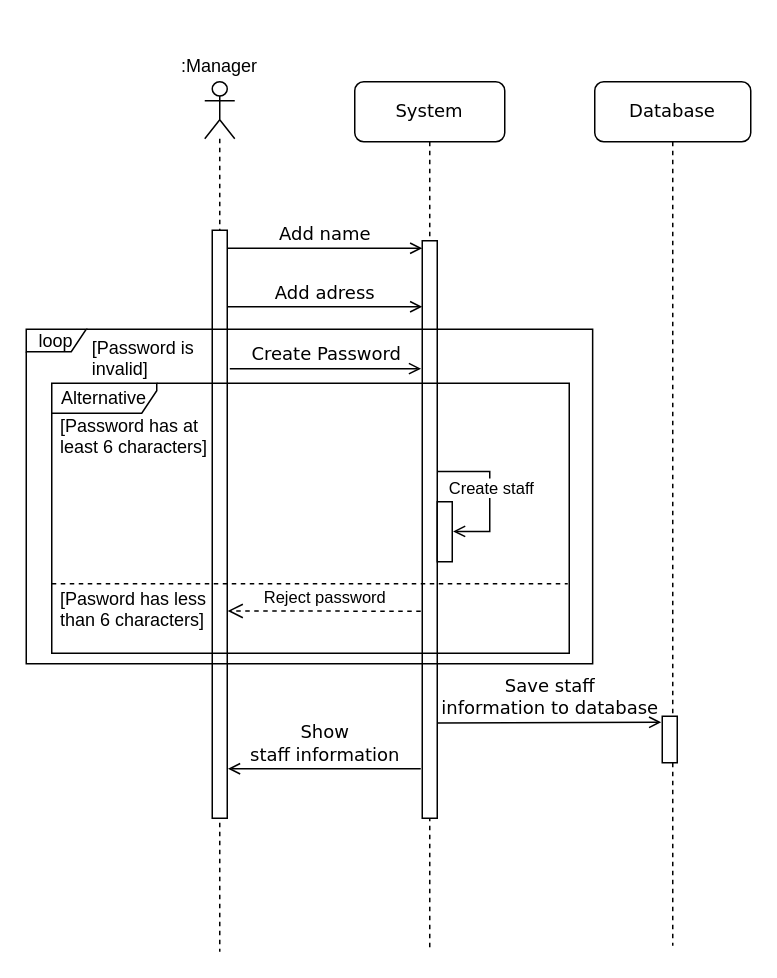
Before: page "Add staff" (3 of 5) of Diagrams/Sequence Diagram.drawio in Abcdavid00/Cafe-Management-Application, a draw.io diagram. Source tidied: cells renumbered, new cells numbered last; positions are measured from the earlier drawing's top-left corner, leaving out a move shared by most shapes. Both pictures are drawn from the tidied source at 150%, with x=0, y=0 at pixel (26, 44).
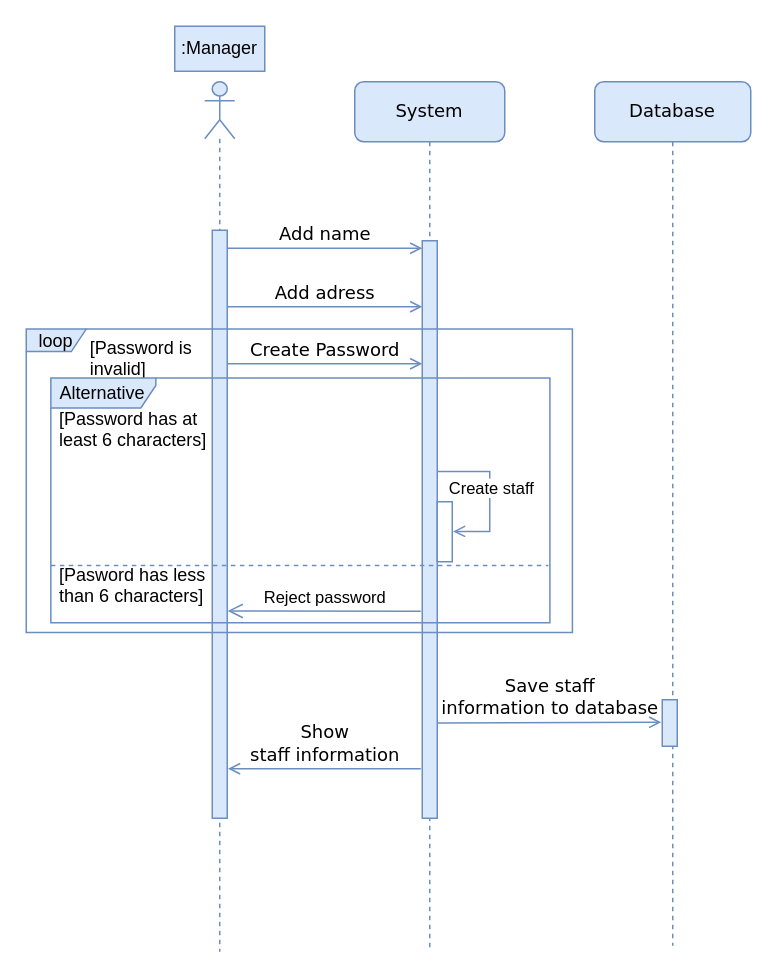
After the change.

Diff of the diagram source:
```diff
@@
-    <mxCell id="2" style="shape=umlLifeline;participant=umlActor;perimeter=lifelinePerimeter;whiteSpace=wrap;html=1;verticalAlign=top;spacingTop=36;size=38;" parent="1" vertex="1">
-      <mxGeometry x="119" y="25" width="20" height="580" as="geometry" />
-    </mxCell>
-    <mxCell id="3" style="html=1;perimeter=orthogonalPerimeter;rounded=0;shadow=0;comic=0;labelBackgroundColor=none;strokeWidth=1;fontFamily=Verdana;fontSize=12;align=center;" parent="1" vertex="1">
-      <mxGeometry x="124" y="124" width="10" height="392" as="geometry" />
-    </mxCell>
+    <mxCell id="27" style="shape=umlLifeline;participant=umlActor;perimeter=lifelinePerimeter;whiteSpace=wrap;html=1;verticalAlign=top;spacingTop=36;size=38;fillColor=#dae8fc;strokeColor=#6c8ebf;" parent="1" vertex="1">
+      <mxGeometry x="119" y="25" width="20" height="580" as="geometry" />
+    </mxCell>
+    <mxCell id="28" style="html=1;perimeter=orthogonalPerimeter;rounded=0;shadow=0;comic=0;labelBackgroundColor=none;strokeWidth=1;fontFamily=Verdana;fontSize=12;align=center;fillColor=#dae8fc;strokeColor=#6c8ebf;" parent="1" vertex="1">
+      <mxGeometry x="124" y="124" width="10" height="392" as="geometry" />
+    </mxCell>
-    <mxCell id="4" value="System" style="shape=umlLifeline;perimeter=lifelinePerimeter;whiteSpace=wrap;html=1;rounded=1;shadow=0;comic=0;labelBackgroundColor=none;strokeWidth=1;fontFamily=Verdana;fontSize=12;align=center;" parent="1" vertex="1">
+    <mxCell id="4" value="System" style="shape=umlLifeline;perimeter=lifelinePerimeter;whiteSpace=wrap;html=1;rounded=1;shadow=0;comic=0;labelBackgroundColor=none;strokeWidth=1;fontFamily=Verdana;fontSize=12;align=center;fillColor=#dae8fc;strokeColor=#6c8ebf;" parent="1" vertex="1">
       <mxGeometry x="219" y="25" width="100" height="580" as="geometry" />
     </mxCell>
-    <mxCell id="5" style="html=1;perimeter=orthogonalPerimeter;rounded=0;shadow=0;comic=0;labelBackgroundColor=none;strokeWidth=1;fontFamily=Verdana;fontSize=12;align=center;" parent="1" vertex="1">
-      <mxGeometry x="264" y="131" width="10" height="385" as="geometry" />
-    </mxCell>
+    <mxCell id="29" style="html=1;perimeter=orthogonalPerimeter;rounded=0;shadow=0;comic=0;labelBackgroundColor=none;strokeWidth=1;fontFamily=Verdana;fontSize=12;align=center;fillColor=#dae8fc;strokeColor=#6c8ebf;" parent="1" vertex="1">
+      <mxGeometry x="264" y="131" width="10" height="385" as="geometry" />
+    </mxCell>
-    <mxCell id="6" value="Database" style="shape=umlLifeline;perimeter=lifelinePerimeter;whiteSpace=wrap;html=1;rounded=1;shadow=0;comic=0;labelBackgroundColor=none;strokeWidth=1;fontFamily=Verdana;fontSize=12;align=center;" parent="1" vertex="1">
+    <mxCell id="6" value="Database" style="shape=umlLifeline;perimeter=lifelinePerimeter;whiteSpace=wrap;html=1;rounded=1;shadow=0;comic=0;labelBackgroundColor=none;strokeWidth=1;fontFamily=Verdana;fontSize=12;align=center;fillColor=#dae8fc;strokeColor=#6c8ebf;" parent="1" vertex="1">
       <mxGeometry x="379" y="25" width="104" height="576" as="geometry" />
     </mxCell>
-    <mxCell id="7" style="html=1;perimeter=orthogonalPerimeter;rounded=0;shadow=0;comic=0;labelBackgroundColor=none;strokeWidth=1;fontFamily=Verdana;fontSize=12;align=center;" parent="6" vertex="1">
-      <mxGeometry x="45" y="423" width="10" height="31" as="geometry" />
-    </mxCell>
+    <mxCell id="30" style="html=1;perimeter=orthogonalPerimeter;rounded=0;shadow=0;comic=0;labelBackgroundColor=none;strokeWidth=1;fontFamily=Verdana;fontSize=12;align=center;fillColor=#dae8fc;strokeColor=#6c8ebf;" parent="6" vertex="1">
+      <mxGeometry x="45" y="412" width="10" height="31" as="geometry" />
+    </mxCell>
-    <mxCell id="8" value="Save staff &lt;br&gt;information&amp;nbsp;to database" style="html=1;verticalAlign=bottom;endArrow=open;labelBackgroundColor=none;fontFamily=Verdana;fontSize=12;elbow=vertical;exitX=0.974;exitY=0.695;exitDx=0;exitDy=0;exitPerimeter=0;endFill=0;" parent="6" edge="1">
+    <mxCell id="8" value="Save staff &lt;br&gt;information&amp;nbsp;to database" style="html=1;verticalAlign=bottom;endArrow=open;labelBackgroundColor=none;fontFamily=Verdana;fontSize=12;elbow=vertical;exitX=0.974;exitY=0.695;exitDx=0;exitDy=0;exitPerimeter=0;endFill=0;fillColor=#dae8fc;strokeColor=#6c8ebf;" parent="6" edge="1">
       <mxGeometry relative="1" as="geometry">
         <mxPoint x="-105" y="427.5" as="sourcePoint" />
         <mxPoint x="44.3" y="427" as="targetPoint" />
       </mxGeometry>
     </mxCell>
-    <mxCell id="9" style="group;" parent="6" vertex="1">
-      <mxGeometry x="-379" y="164" width="391" height="246" as="geometry" />
-    </mxCell>
+    <mxCell id="18" value="Add name" style="html=1;verticalAlign=bottom;endArrow=open;entryX=0;entryY=0;labelBackgroundColor=none;fontFamily=Verdana;fontSize=12;edgeStyle=elbowEdgeStyle;elbow=vertical;endFill=0;fillColor=#dae8fc;strokeColor=#6c8ebf;" parent="1" edge="1">
+      <mxGeometry relative="1" as="geometry">
+        <mxPoint x="134" y="136" as="sourcePoint" />
+        <mxPoint x="264" y="136" as="targetPoint" />
+        <Array as="points">
+          <mxPoint x="209" y="136" />
+        </Array>
+      </mxGeometry>
+    </mxCell>
+    <mxCell id="20" value=":Manager" style="text;html=1;strokeColor=#6c8ebf;fillColor=#dae8fc;align=center;verticalAlign=middle;whiteSpace=wrap;rounded=0;" parent="1" vertex="1">
+      <mxGeometry x="99" y="-12" width="60" height="30" as="geometry" />
+    </mxCell>
+    <mxCell id="26" value="Show &lt;br&gt;staff information" style="html=1;verticalAlign=bottom;endArrow=open;labelBackgroundColor=none;fontFamily=Verdana;fontSize=12;elbow=vertical;endFill=0;entryX=1.052;entryY=0.922;entryDx=0;entryDy=0;entryPerimeter=0;fillColor=#dae8fc;strokeColor=#6c8ebf;" parent="1" edge="1">
+      <mxGeometry relative="1" as="geometry">
+        <mxPoint x="263" y="483" as="sourcePoint" />
+        <mxPoint x="134.5" y="483" as="targetPoint" />
+      </mxGeometry>
+    </mxCell>
-    <mxCell id="10" value="loop" style="shape=umlFrame;whiteSpace=wrap;html=1;width=40;height=15;" parent="9" vertex="1">
-      <mxGeometry y="1" width="377.6" height="223" as="geometry" />
+    <mxCell id="10" value="loop" style="shape=umlFrame;whiteSpace=wrap;html=1;width=40;height=15;fillColor=#dae8fc;strokeColor=#6c8ebf;" parent="1" vertex="1">
+      <mxGeometry y="189.9" width="364.1" height="202.2" as="geometry" />
     </mxCell>
-    <mxCell id="11" value="[Password is &#10;invalid]" style="text;strokeColor=none;fillColor=none;align=left;verticalAlign=top;spacingLeft=4;spacingRight=4;overflow=hidden;" parent="9" vertex="1">
-      <mxGeometry x="38.1" width="339.5" height="51.7" as="geometry" />
+    <mxCell id="11" value="[Password is &#10;invalid]" style="text;strokeColor=none;fillColor=none;align=left;verticalAlign=top;spacingLeft=4;spacingRight=4;overflow=hidden;" parent="1" vertex="1">
+      <mxGeometry x="36.8" y="189" width="327.3" height="46.9" as="geometry" />
     </mxCell>
-    <mxCell id="12" style="group;" parent="9" vertex="1">
-      <mxGeometry x="17" y="37" width="372" height="203" as="geometry" />
-    </mxCell>
-    <mxCell id="13" style="line;strokeWidth=1;fillColor=none;align=left;verticalAlign=middle;spacingTop=-1;spacingLeft=3;spacingRight=3;labelPosition=right;dashed=1;" parent="12" vertex="1">
-      <mxGeometry y="130" width="344" height="7.2" as="geometry" />
-    </mxCell>
+    <mxCell id="31" style="group;fillColor=none;strokeColor=none;" parent="1" vertex="1">
+      <mxGeometry x="16.4" y="222.5" width="358.7" height="184" as="geometry" />
+    </mxCell>
+    <mxCell id="32" style="line;strokeWidth=1;fillColor=#dae8fc;align=left;verticalAlign=middle;spacingTop=-1;spacingLeft=3;spacingRight=3;labelPosition=right;dashed=1;strokeColor=#6c8ebf;" parent="31" vertex="1">
+      <mxGeometry y="121.8" width="331.7" height="6.5" as="geometry" />
+    </mxCell>
-    <mxCell id="14" value="[Pasword has less&#10;than 6 characters]" style="text;strokeColor=none;fillColor=none;align=left;verticalAlign=top;spacingLeft=4;spacingRight=4;overflow=hidden;dashed=1;" parent="12" vertex="1">
-      <mxGeometry y="130" width="343" height="38" as="geometry" />
+    <mxCell id="14" value="[Pasword has less&#10;than 6 characters]" style="text;strokeColor=none;fillColor=none;align=left;verticalAlign=top;spacingLeft=4;spacingRight=4;overflow=hidden;dashed=1;" parent="31" vertex="1">
+      <mxGeometry y="117.8" width="330.7" height="34.4" as="geometry" />
     </mxCell>
-    <mxCell id="15" value="[Password has at&#10;least 6 characters]" style="text;strokeColor=none;fillColor=none;align=left;verticalAlign=top;spacingLeft=4;spacingRight=4;overflow=hidden;dashed=1;" parent="12" vertex="1">
-      <mxGeometry y="15" width="353.1" height="38" as="geometry" />
+    <mxCell id="15" value="[Password has at&#10;least 6 characters]" style="text;strokeColor=none;fillColor=none;align=left;verticalAlign=top;spacingLeft=4;spacingRight=4;overflow=hidden;dashed=1;" parent="31" vertex="1">
+      <mxGeometry y="13.6" width="340.4" height="34.4" as="geometry" />
     </mxCell>
+    <mxCell id="17" value="Alternative" style="shape=umlFrame;whiteSpace=wrap;html=1;width=70;height=20;fillColor=#dae8fc;strokeColor=#6c8ebf;" parent="31" vertex="1">
+      <mxGeometry width="332.7" height="163.2" as="geometry" />
+    </mxCell>
+    <mxCell id="19" value="Add adress" style="html=1;verticalAlign=bottom;endArrow=open;entryX=0;entryY=0;labelBackgroundColor=none;fontFamily=Verdana;fontSize=12;edgeStyle=elbowEdgeStyle;elbow=vertical;endFill=0;fillColor=#dae8fc;strokeColor=#6c8ebf;" parent="1" edge="1">
+      <mxGeometry relative="1" as="geometry">
+        <mxPoint x="134" y="175" as="sourcePoint" />
+        <mxPoint x="264" y="175" as="targetPoint" />
+        <Array as="points">
+          <mxPoint x="209" y="175" />
+        </Array>
+      </mxGeometry>
+    </mxCell>
+    <mxCell id="21" value="Reject password" style="html=1;verticalAlign=bottom;endArrow=open;endSize=8;rounded=0;entryX=1.028;entryY=0.712;entryDx=0;entryDy=0;entryPerimeter=0;fillColor=#dae8fc;strokeColor=#6c8ebf;" parent="1" edge="1">
+      <mxGeometry relative="1" as="geometry">
+        <mxPoint x="263" y="378" as="sourcePoint" />
+        <mxPoint x="134.3" y="377.8" as="targetPoint" />
+      </mxGeometry>
+    </mxCell>
+    <mxCell id="33" style="group;fillColor=none;strokeColor=none;" parent="1" vertex="1">
+      <mxGeometry x="274" y="285" width="35" height="60" as="geometry" />
+    </mxCell>
+    <mxCell id="34" style="edgeStyle=orthogonalEdgeStyle;rounded=0;jettySize=auto;html=1;exitX=1.055;exitY=0.494;exitDx=0;exitDy=0;exitPerimeter=0;entryX=1.054;entryY=0.593;entryDx=0;entryDy=0;entryPerimeter=0;endArrow=none;endFill=0;startArrow=open;startFill=0;fillColor=#dae8fc;strokeColor=#6c8ebf;" parent="33" edge="1" source="35">
+      <mxGeometry relative="1" as="geometry">
+        <mxPoint x="0.5" y="-0.1" as="targetPoint" />
+        <Array as="points">
+          <mxPoint x="35" y="40" />
+          <mxPoint x="35" />
+        </Array>
+      </mxGeometry>
+    </mxCell>
+    <mxCell id="24" value="Create staff" style="edgeLabel;html=1;align=center;verticalAlign=middle;" parent="34" vertex="1">
+      <mxGeometry x="0.07" y="-1" relative="1" as="geometry">
+        <mxPoint x="-1" y="-1" as="offset" />
+      </mxGeometry>
+    </mxCell>
+    <mxCell id="35" style="html=1;points=[];perimeter=orthogonalPerimeter;rounded=0;shadow=0;comic=0;labelBackgroundColor=none;strokeWidth=1;fontFamily=Verdana;fontSize=12;align=center;fillColor=none;strokeColor=#6c8ebf;" parent="33" vertex="1">
+      <mxGeometry y="20" width="10" height="40" as="geometry" />
+    </mxCell>
-    <mxCell id="16" value="Create Password" style="html=1;verticalAlign=bottom;endArrow=open;entryX=0;entryY=0;labelBackgroundColor=none;fontFamily=Verdana;fontSize=12;edgeStyle=elbowEdgeStyle;elbow=vertical;endFill=0;" parent="12" edge="1">
+    <mxCell id="16" value="Create Password" style="html=1;verticalAlign=bottom;endArrow=open;labelBackgroundColor=none;fontFamily=Verdana;fontSize=12;edgeStyle=elbowEdgeStyle;elbow=vertical;endFill=0;fillColor=#dae8fc;strokeColor=#6c8ebf;" parent="1" edge="1">
       <mxGeometry relative="1" as="geometry">
-        <mxPoint x="118.7" y="-9.7" as="sourcePoint" />
-        <mxPoint x="246.2" y="-9.7" as="targetPoint" />
+        <mxPoint x="134.3" y="213" as="sourcePoint" />
+        <mxPoint x="264" y="213" as="targetPoint" />
         <Array as="points">
-          <mxPoint x="192.3" y="-9.7" />
+          <mxPoint x="205.2" y="213" />
         </Array>
       </mxGeometry>
     </mxCell>
-    <mxCell id="17" value="Alternative" style="shape=umlFrame;whiteSpace=wrap;html=1;width=70;height=20;" parent="12" vertex="1">
-      <mxGeometry width="345" height="180" as="geometry" />
-    </mxCell>
-    <mxCell id="18" value="Add name" style="html=1;verticalAlign=bottom;endArrow=open;entryX=0;entryY=0;labelBackgroundColor=none;fontFamily=Verdana;fontSize=12;edgeStyle=elbowEdgeStyle;elbow=vertical;endFill=0;" parent="1" edge="1">
-      <mxGeometry relative="1" as="geometry">
-        <mxPoint x="134" y="136" as="sourcePoint" />
-        <mxPoint x="264" y="136" as="targetPoint" />
-        <Array as="points">
-          <mxPoint x="209" y="136" />
-        </Array>
-      </mxGeometry>
-    </mxCell>
-    <mxCell id="19" value="Add adress" style="html=1;verticalAlign=bottom;endArrow=open;entryX=0;entryY=0;labelBackgroundColor=none;fontFamily=Verdana;fontSize=12;edgeStyle=elbowEdgeStyle;elbow=vertical;endFill=0;" parent="1" edge="1">
-      <mxGeometry relative="1" as="geometry">
-        <mxPoint x="134" y="175" as="sourcePoint" />
-        <mxPoint x="264" y="175" as="targetPoint" />
-        <Array as="points">
-          <mxPoint x="209" y="175" />
-        </Array>
-      </mxGeometry>
-    </mxCell>
-    <mxCell id="20" value=":Manager" style="text;html=1;strokeColor=none;fillColor=none;align=center;verticalAlign=middle;whiteSpace=wrap;rounded=0;" parent="1" vertex="1">
-      <mxGeometry x="99" width="60" height="30" as="geometry" />
-    </mxCell>
-    <mxCell id="21" value="Reject password" style="html=1;verticalAlign=bottom;endArrow=open;dashed=1;endSize=8;rounded=0;entryX=1.028;entryY=0.712;entryDx=0;entryDy=0;entryPerimeter=0;" parent="1" edge="1">
-      <mxGeometry relative="1" as="geometry">
-        <mxPoint x="263" y="378" as="sourcePoint" />
-        <mxPoint x="134.3" y="377.8" as="targetPoint" />
-      </mxGeometry>
-    </mxCell>
-    <mxCell id="22" style="group;" parent="1" vertex="1">
-      <mxGeometry x="274" y="285" width="35" height="60" as="geometry" />
-    </mxCell>
-    <mxCell id="23" style="edgeStyle=orthogonalEdgeStyle;rounded=0;jettySize=auto;html=1;exitX=1.055;exitY=0.494;exitDx=0;exitDy=0;exitPerimeter=0;entryX=1.054;entryY=0.593;entryDx=0;entryDy=0;entryPerimeter=0;endArrow=none;endFill=0;startArrow=open;startFill=0;" parent="22" edge="1" source="25">
-      <mxGeometry relative="1" as="geometry">
-        <mxPoint x="0.5" y="-0.1" as="targetPoint" />
-        <Array as="points">
-          <mxPoint x="35" y="40" />
-          <mxPoint x="35" />
-        </Array>
-      </mxGeometry>
-    </mxCell>
-    <mxCell id="24" value="Create staff" style="edgeLabel;html=1;align=center;verticalAlign=middle;" parent="23" vertex="1">
-      <mxGeometry x="0.07" y="-1" relative="1" as="geometry">
-        <mxPoint x="-1" y="-1" as="offset" />
-      </mxGeometry>
-    </mxCell>
-    <mxCell id="25" style="html=1;points=[];perimeter=orthogonalPerimeter;rounded=0;shadow=0;comic=0;labelBackgroundColor=none;strokeWidth=1;fontFamily=Verdana;fontSize=12;align=center;" parent="22" vertex="1">
-      <mxGeometry y="20" width="10" height="40" as="geometry" />
-    </mxCell>
-    <mxCell id="26" value="Show &lt;br&gt;staff information" style="html=1;verticalAlign=bottom;endArrow=open;labelBackgroundColor=none;fontFamily=Verdana;fontSize=12;elbow=vertical;endFill=0;entryX=1.052;entryY=0.922;entryDx=0;entryDy=0;entryPerimeter=0;" parent="1" edge="1">
-      <mxGeometry relative="1" as="geometry">
-        <mxPoint x="263" y="483" as="sourcePoint" />
-        <mxPoint x="134.5" y="483" as="targetPoint" />
-      </mxGeometry>
-    </mxCell>
```
